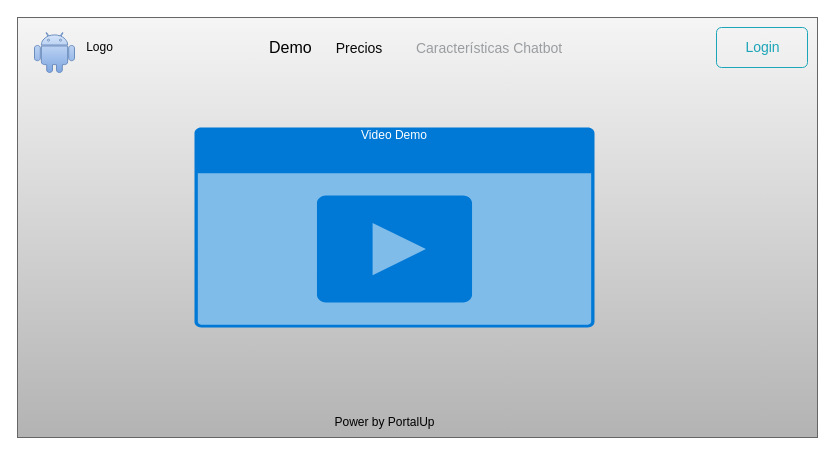
Earlier version of the draw.io diagram Diagrama sin título.drawio (victorhugor45/mockups_chatbot_platform). Source tidied: cells renumbered, new cells numbered last; positions are measured from the earlier drawing's top-left corner, leaving out a move shared by most shapes. Both pictures are drawn from the tidied source at 100%, with x=0, y=0 at pixel (17, 17).
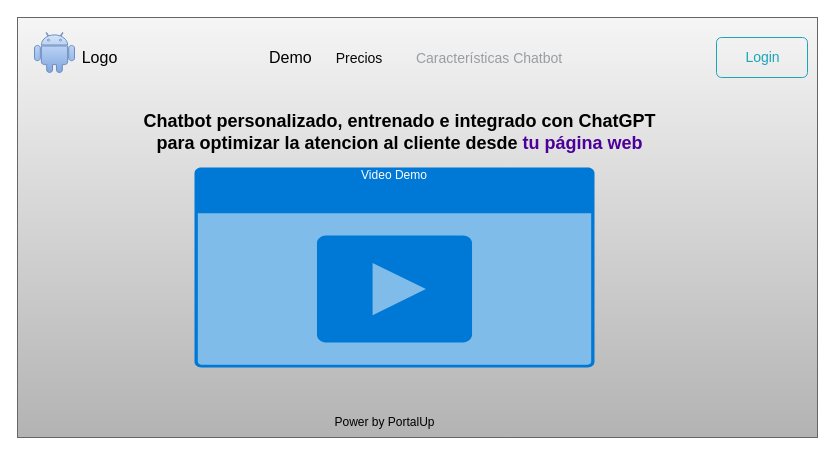
After the change.

Diff of the diagram source:
```diff
@@
 <mxGraphModel>
   <root>
     <mxCell id="0" />
     <mxCell id="1" parent="0" />
     <mxCell id="2" style="rounded=0;whiteSpace=wrap;html=1;fillColor=#f5f5f5;gradientColor=#b3b3b3;strokeColor=#666666;" parent="1" vertex="1">
       <mxGeometry width="800" height="420" as="geometry" />
     </mxCell>
     <mxCell id="3" value="Demo" style="html=1;shadow=0;dashed=0;fontSize=16;align=left;spacing=15;fillColor=none;strokeColor=none;" parent="1" vertex="1">
-      <mxGeometry x="237" width="563" height="60" as="geometry" />
+      <mxGeometry x="237" y="10" width="563" height="60" as="geometry" />
     </mxCell>
     <mxCell id="4" value="Precios" style="fillColor=none;strokeColor=none;fontSize=14;fontColor=#080808;align=center;" parent="3" vertex="1">
       <mxGeometry width="70" height="40" relative="1" as="geometry">
         <mxPoint x="70" y="10" as="offset" />
       </mxGeometry>
     </mxCell>
     <mxCell id="5" value="Características Chatbot " style="fillColor=none;strokeColor=none;fontSize=14;fontColor=#9A9DA0;align=center;" parent="3" vertex="1">
       <mxGeometry width="160" height="40" relative="1" as="geometry">
         <mxPoint x="157" y="10" as="offset" />
       </mxGeometry>
     </mxCell>
     <mxCell id="6" value="Login" style="html=1;shadow=0;dashed=0;shape=mxgraph.bootstrap.rrect;rSize=5;fontSize=14;fontColor=#1CA5B8;strokeColor=#1CA5B8;fillColor=none;" parent="3" vertex="1">
       <mxGeometry x="1" width="91" height="40" relative="1" as="geometry">
         <mxPoint x="-101" y="10" as="offset" />
       </mxGeometry>
     </mxCell>
     <mxCell id="7" value="Video Demo" style="html=1;whiteSpace=wrap;strokeColor=none;fillColor=#0079D6;labelPosition=center;verticalLabelPosition=middle;verticalAlign=top;align=center;fontSize=12;spacingTop=-6;fontColor=#FFFFFF;sketch=0;shape=mxgraph.sitemap.video;" parent="1" vertex="1">
-      <mxGeometry x="177" y="110" width="400" height="200" as="geometry" />
+      <mxGeometry x="177" y="150" width="400" height="200" as="geometry" />
     </mxCell>
     <mxCell id="8" style="dashed=0;html=1;align=center;labelPosition=center;verticalLabelPosition=bottom;verticalAlign=top;shape=mxgraph.weblogos.android;fillColor=#dae8fc;strokeColor=#6c8ebf;gradientColor=#7ea6e0;" parent="1" vertex="1">
       <mxGeometry x="17" y="15" width="40" height="40" as="geometry" />
     </mxCell>
     <mxCell id="9" value="Power by PortalUp&lt;br&gt;" style="text;html=1;align=center;verticalAlign=middle;strokeColor=none;fillColor=none;" parent="1" vertex="1">
       <mxGeometry x="307" y="390" width="120" height="30" as="geometry" />
     </mxCell>
-    <mxCell id="10" value="Logo" style="text;html=1;align=center;verticalAlign=middle;strokeColor=none;fillColor=none;" parent="1" vertex="1">
-      <mxGeometry x="57" y="15" width="50" height="30" as="geometry" />
+    <mxCell id="10" value="Logo" style="text;html=1;align=center;verticalAlign=middle;strokeColor=none;fillColor=none;fontSize=16;" parent="1" vertex="1">
+      <mxGeometry x="52" y="25" width="60" height="30" as="geometry" />
     </mxCell>
+    <mxCell id="11" value="Chatbot personalizado, entrenado e integrado con ChatGPT &lt;br style=&quot;font-size: 18px;&quot;&gt;para optimizar la atencion al cliente desde &lt;font color=&quot;#4c0099&quot; style=&quot;font-size: 18px;&quot;&gt;tu página web&lt;/font&gt;" style="text;html=1;align=center;verticalAlign=middle;strokeColor=none;fillColor=none;fontFamily=Helvetica;fontStyle=1;horizontal=1;fontSize=18;" parent="1" vertex="1">
+      <mxGeometry x="112" y="85" width="540" height="60" as="geometry" />
+    </mxCell>
   </root>
 </mxGraphModel>
```
